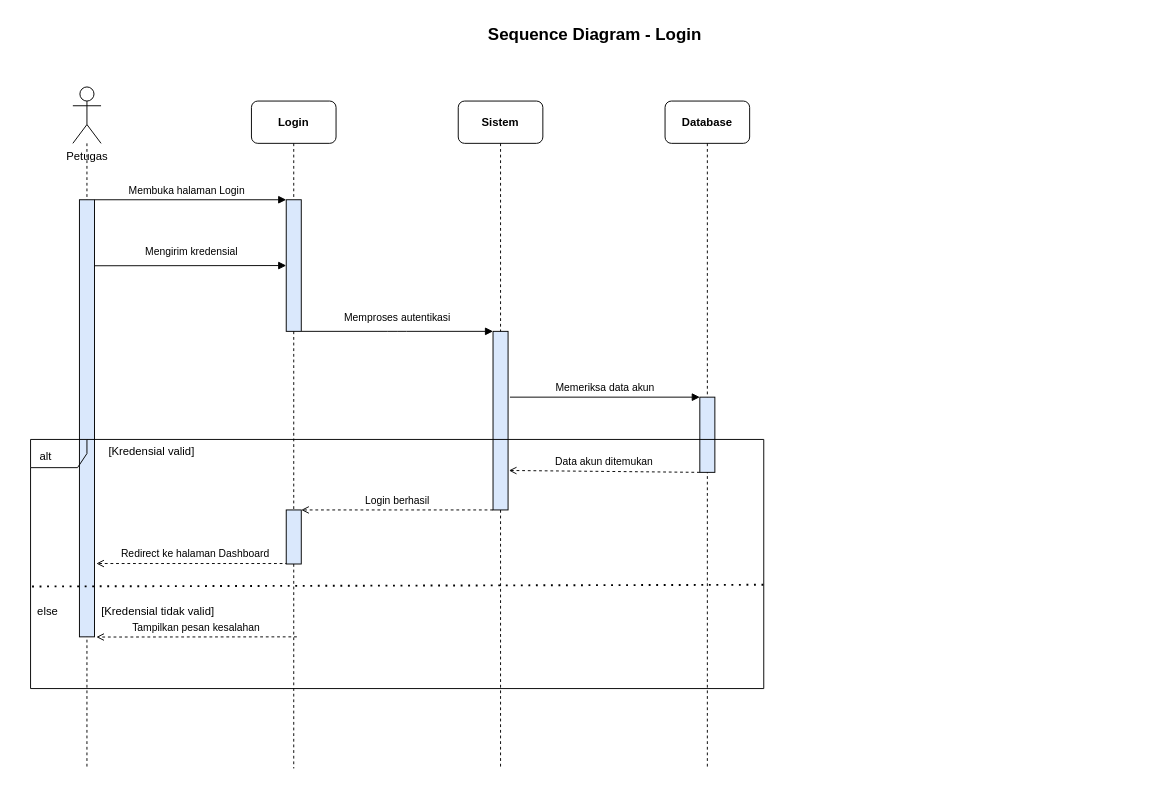
gdamar/laporan-ekinerja keeps this draw.io diagram as page "login" (1 of 21) of diagram/sequence_diagram/sequence_rad_revised_petugas_updated.drawio. Above is the earlier version. Source tidied: cells renumbered, new cells numbered last; positions are measured from the earlier drawing's top-left corner, leaving out a move shared by most shapes. Both pictures are drawn from the tidied source at 94%, with x=0, y=0 at pixel (30, 16).
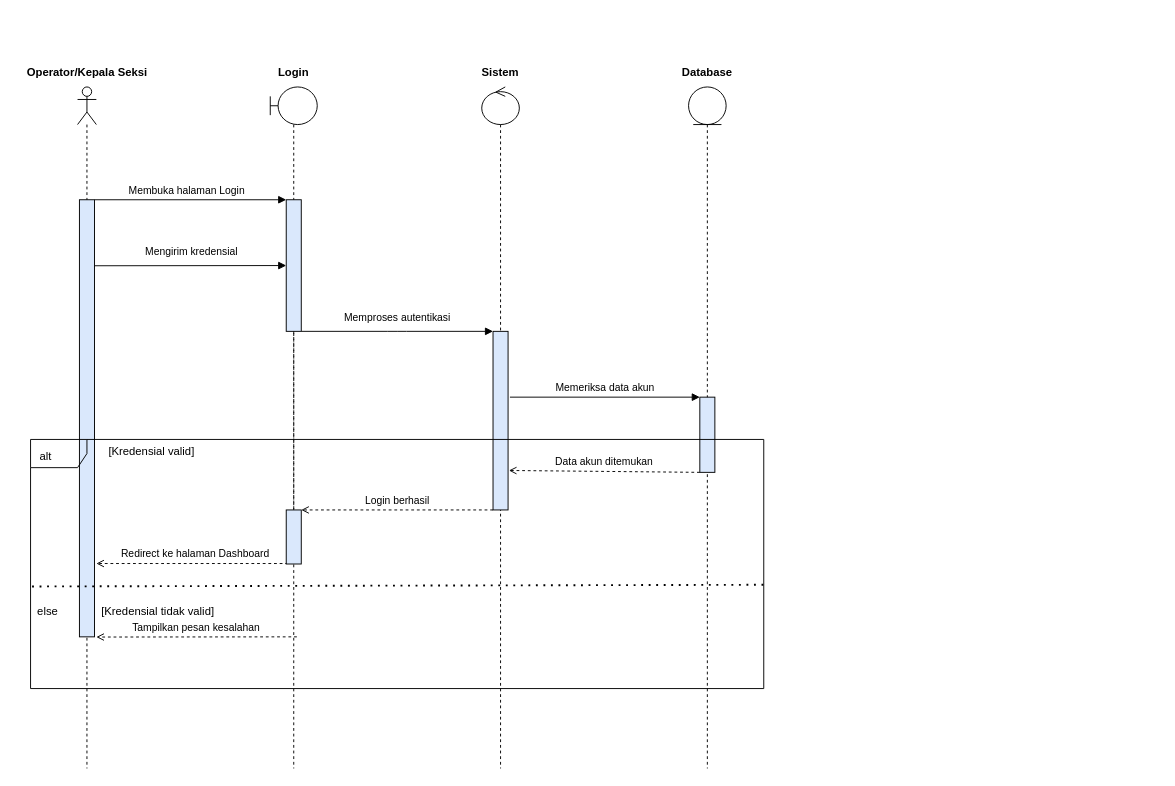
The same page after the edit.

Commit message (it also covers changes not shown here):
clean up sequence diagram

Unchanged cells that the change refers to:
```xml
<mxCell id="21" style="fillColor=#dae8fc;strokeColor=#000000;opacity=100;" parent="14" vertex="1">
  <mxGeometry x="272" y="75" width="16" height="57.5" as="geometry" />
</mxCell>
<mxCell id="29" style="fillColor=#dae8fc;strokeColor=#000000;opacity=100;" parent="1" vertex="1">
  <mxGeometry x="272" y="195" width="16" height="140" as="geometry" />
</mxCell>
```

The edit, as a diff of the source:
```diff
@@
-    <mxCell id="2" value="Sequence Diagram - Login" style="text;html=1;strokeColor=none;fillColor=none;fontColor=#000000;fontSize=18;fontStyle=1;align=center;verticalAlign=middle;" parent="1" vertex="1">
-      <mxGeometry width="1200" height="40" as="geometry" />
-    </mxCell>
-    <mxCell id="3" value="Petugas" style="shape=umlActor;verticalLabelPosition=bottom;verticalAlign=top;html=1;labelPerimeter=1;" parent="1" vertex="1">
-      <mxGeometry x="45" y="75" width="30" height="60" as="geometry" />
+    <mxCell id="3" style="shape=umlLifeline;perimeter=lifelinePerimeter;whiteSpace=wrap;html=1;newEdgeStyle={&quot;edgeStyle&quot;:&quot;sequenceEdgeStyle&quot;,&quot;libavoidRouting&quot;:0,&quot;curved&quot;:0,&quot;rounded&quot;:0};participant=umlActor;" parent="1" vertex="1">
+      <mxGeometry x="50" y="75" width="20" height="725" as="geometry" />
     </mxCell>
-    <mxCell id="4" style="edgeStyle=none;html=1;dashed=1;strokeColor=#000000;endArrow=none;" parent="1" edge="1">
-      <mxGeometry relative="1" as="geometry">
-        <mxPoint x="60" y="135" as="sourcePoint" />
-        <mxPoint x="60" y="800" as="targetPoint" />
-      </mxGeometry>
-    </mxCell>
+    <mxCell id="31" value="Operator/Kepala Seksi" style="text;html=1;whiteSpace=wrap;strokeColor=none;fillColor=none;align=center;verticalAlign=middle;rounded=0;fontStyle=1;" parent="1" vertex="1">
+      <mxGeometry x="-15.5" y="45" width="151" height="30" as="geometry" />
+    </mxCell>
-    <mxCell id="5" value="Login" style="rounded=1;whiteSpace=wrap;html=1;fillColor=none;strokeColor=#000000;fontColor=#000000;fontStyle=1;" parent="1" vertex="1">
-      <mxGeometry x="235" y="90" width="90" height="45" as="geometry" />
+    <mxCell id="5" style="shape=umlLifeline;perimeter=lifelinePerimeter;whiteSpace=wrap;html=1;newEdgeStyle={&quot;edgeStyle&quot;:&quot;sequenceEdgeStyle&quot;,&quot;libavoidRouting&quot;:0,&quot;curved&quot;:0,&quot;rounded&quot;:0};participant=umlBoundary;" parent="1" vertex="1">
+      <mxGeometry x="255" y="75" width="50" height="725" as="geometry" />
     </mxCell>
-    <mxCell id="6" style="edgeStyle=none;html=1;dashed=1;strokeColor=#000000;endArrow=none;" parent="1" edge="1" source="21">
-      <mxGeometry relative="1" as="geometry">
-        <mxPoint x="280" y="800" as="targetPoint" />
-      </mxGeometry>
-    </mxCell>
+    <mxCell id="32" value="Login" style="text;html=1;whiteSpace=wrap;strokeColor=none;fillColor=none;align=center;verticalAlign=middle;rounded=0;fontStyle=1;" parent="1" vertex="1">
+      <mxGeometry x="215" y="45" width="130" height="30" as="geometry" />
+    </mxCell>
-    <mxCell id="7" value="Sistem" style="rounded=1;whiteSpace=wrap;html=1;fillColor=none;strokeColor=#000000;fontColor=#000000;fontStyle=1;" parent="1" vertex="1">
-      <mxGeometry x="455" y="90" width="90" height="45" as="geometry" />
+    <mxCell id="7" style="shape=umlLifeline;perimeter=lifelinePerimeter;whiteSpace=wrap;html=1;newEdgeStyle={&quot;edgeStyle&quot;:&quot;sequenceEdgeStyle&quot;,&quot;libavoidRouting&quot;:0,&quot;curved&quot;:0,&quot;rounded&quot;:0};participant=umlControl;" parent="1" vertex="1">
+      <mxGeometry x="480" y="75" width="40" height="725" as="geometry" />
     </mxCell>
-    <mxCell id="8" style="edgeStyle=none;html=1;dashed=1;strokeColor=#000000;endArrow=none;" parent="1" edge="1">
-      <mxGeometry relative="1" as="geometry">
-        <mxPoint x="500" y="135" as="sourcePoint" />
-        <mxPoint x="500" y="800" as="targetPoint" />
-      </mxGeometry>
-    </mxCell>
+    <mxCell id="33" value="Sistem" style="text;html=1;whiteSpace=wrap;strokeColor=none;fillColor=none;align=center;verticalAlign=middle;rounded=0;fontStyle=1;" parent="1" vertex="1">
+      <mxGeometry x="470" y="45" width="60" height="30" as="geometry" />
+    </mxCell>
-    <mxCell id="9" value="Database" style="rounded=1;whiteSpace=wrap;html=1;fillColor=none;strokeColor=#000000;fontColor=#000000;fontStyle=1;" parent="1" vertex="1">
-      <mxGeometry x="675" y="90" width="90" height="45" as="geometry" />
+    <mxCell id="9" style="shape=umlLifeline;perimeter=lifelinePerimeter;whiteSpace=wrap;html=1;newEdgeStyle={&quot;edgeStyle&quot;:&quot;sequenceEdgeStyle&quot;,&quot;libavoidRouting&quot;:0,&quot;curved&quot;:0,&quot;rounded&quot;:0};participant=umlEntity;" parent="1" vertex="1">
+      <mxGeometry x="700" y="75" width="40" height="725" as="geometry" />
     </mxCell>
-    <mxCell id="10" style="edgeStyle=none;html=1;dashed=1;strokeColor=#000000;endArrow=none;" parent="1" edge="1">
-      <mxGeometry relative="1" as="geometry">
-        <mxPoint x="720" y="135" as="sourcePoint" />
-        <mxPoint x="720" y="800" as="targetPoint" />
-      </mxGeometry>
-    </mxCell>
+    <mxCell id="34" value="Database" style="text;html=1;whiteSpace=wrap;strokeColor=none;fillColor=none;align=center;verticalAlign=middle;rounded=0;fontStyle=1;" parent="1" vertex="1">
+      <mxGeometry x="690" y="45" width="60" height="30" as="geometry" />
+    </mxCell>
@@
-    <mxCell id="28" style="edgeStyle=none;html=1;dashed=1;strokeColor=#000000;endArrow=none;" parent="1" edge="1" target="29">
-      <mxGeometry relative="1" as="geometry">
-        <mxPoint x="280" y="135" as="sourcePoint" />
-      </mxGeometry>
-    </mxCell>
```
